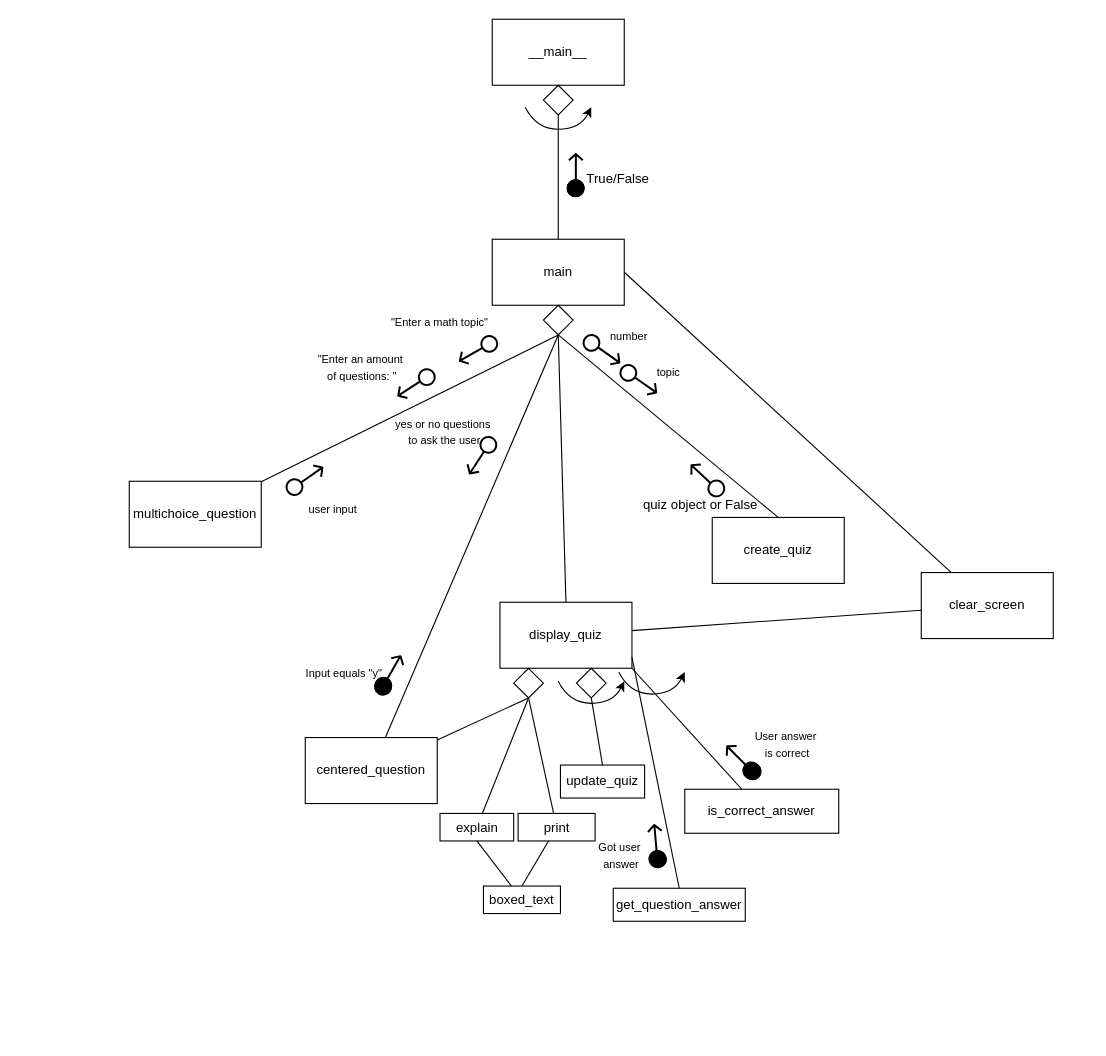
This is 11SE_Task_1_Structure_Chart.drawio from TheRatDefence/RatBot3000, a draw.io file, before an edit. Source tidied: cells renumbered, new cells numbered last; positions are measured from the earlier drawing's top-left corner, leaving out a move shared by most shapes. Both pictures are drawn from the tidied source at 110%, with x=0, y=0 at pixel (129, 19).
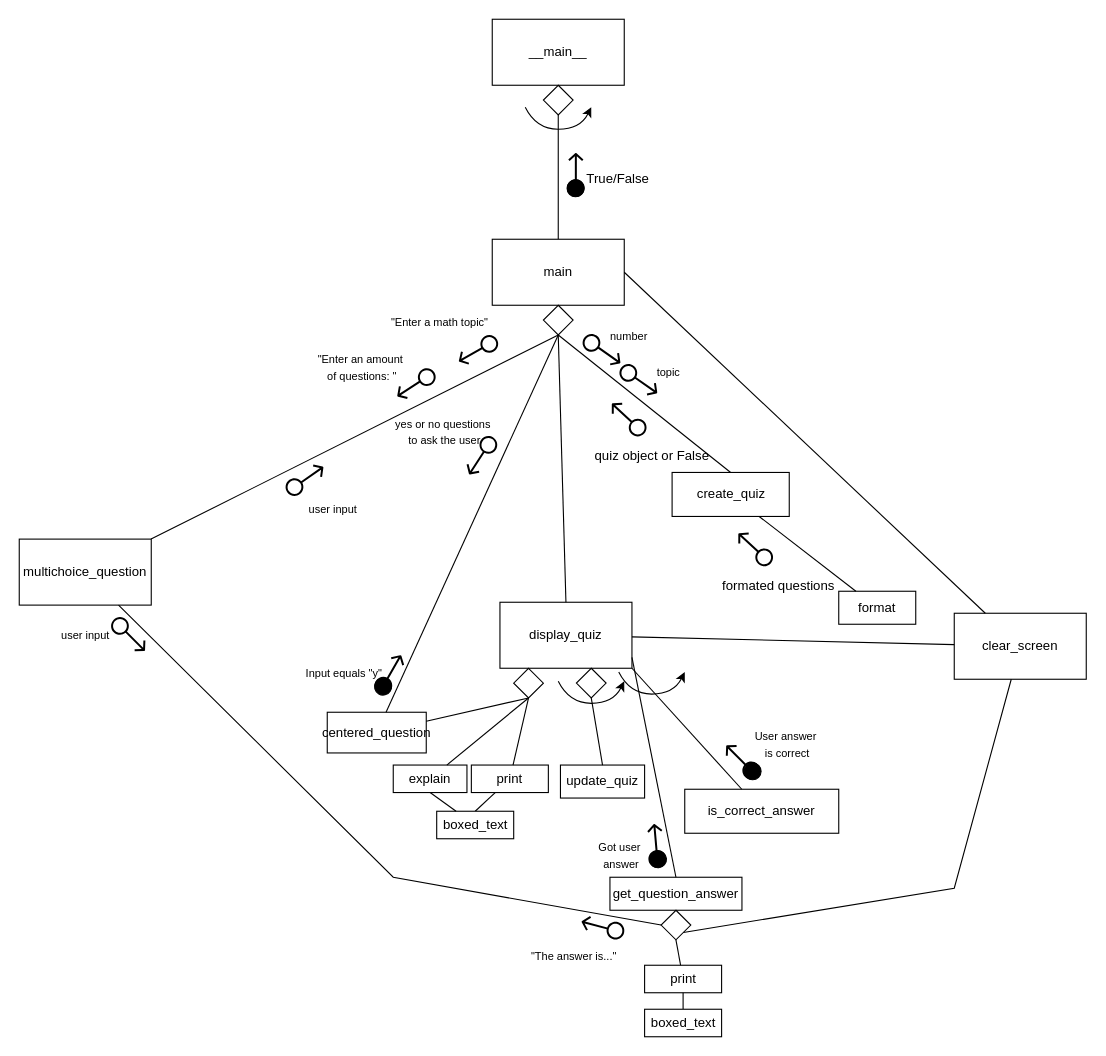
The same diagram, later.

The edit, as a diff of the source:
```diff
@@
     <mxCell id="14" value="create_quiz" style="whiteSpace=wrap;html=1;" parent="1" vertex="1">
-      <mxGeometry x="530" y="452.9" width="120" height="60" as="geometry" />
+      <mxGeometry x="493.5" y="412" width="106.5" height="40" as="geometry" />
     </mxCell>
@@
     <mxCell id="26" value="get_question_answer" style="whiteSpace=wrap;html=1;" parent="1" vertex="1">
-      <mxGeometry x="440" y="790" width="120" height="30" as="geometry" />
+      <mxGeometry x="437" y="780" width="120" height="30" as="geometry" />
     </mxCell>
@@
     <mxCell id="32" value="print" style="whiteSpace=wrap;html=1;" parent="1" vertex="1">
-      <mxGeometry x="353.5" y="722" width="70" height="25" as="geometry" />
+      <mxGeometry x="311" y="678" width="70" height="25" as="geometry" />
     </mxCell>
@@
     <mxCell id="36" value="explain" style="whiteSpace=wrap;html=1;" parent="1" vertex="1">
-      <mxGeometry x="282.5" y="722" width="67" height="25" as="geometry" />
+      <mxGeometry x="240" y="678" width="67" height="25" as="geometry" />
     </mxCell>
@@
     <mxCell id="39" value="boxed_text" style="whiteSpace=wrap;html=1;" parent="1" vertex="1">
-      <mxGeometry x="322" y="788" width="70" height="25" as="geometry" />
+      <mxGeometry x="279.5" y="720" width="70" height="25" as="geometry" />
     </mxCell>
@@
     <mxCell id="44" style="fontColor=#232F3E;gradientColor=none;strokeColor=none;dashed=0;verticalLabelPosition=bottom;verticalAlign=top;align=center;html=1;fontSize=12;fontStyle=0;shape=mxgraph.aws4.elastic_ip_address;fillColor=#000000;rotation=-137;" parent="1" vertex="1">
-      <mxGeometry x="505" y="410" width="40" height="16.9" as="geometry" />
+      <mxGeometry x="433.5" y="354.6" width="40" height="16.9" as="geometry" />
     </mxCell>
     <mxCell id="45" value="quiz object or False" style="text;html=1;align=center;verticalAlign=middle;strokeColor=none;fillColor=none;" parent="1" vertex="1">
-      <mxGeometry x="453.5" y="426.9" width="130" height="30" as="geometry" />
+      <mxGeometry x="410" y="382" width="130" height="30" as="geometry" />
     </mxCell>
@@
     <mxCell id="47" value="centered_question" style="whiteSpace=wrap;html=1;" parent="1" vertex="1">
-      <mxGeometry x="160" y="653" width="120" height="60" as="geometry" />
+      <mxGeometry x="180" y="630" width="90" height="37" as="geometry" />
     </mxCell>
     <mxCell id="48" value="multichoice_question" style="whiteSpace=wrap;html=1;" parent="1" vertex="1">
-      <mxGeometry y="420" width="120" height="60" as="geometry" />
+      <mxGeometry x="-100" y="472.6" width="120" height="60" as="geometry" />
     </mxCell>
     <mxCell id="49" value="clear_screen" style="whiteSpace=wrap;html=1;" parent="1" vertex="1">
-      <mxGeometry x="720" y="503" width="120" height="60" as="geometry" />
+      <mxGeometry x="750" y="540" width="120" height="60" as="geometry" />
     </mxCell>
@@
+    <mxCell id="68" value="format" style="whiteSpace=wrap;html=1;" parent="1" vertex="1">
+      <mxGeometry x="645" y="520" width="70" height="30" as="geometry" />
+    </mxCell>
+    <mxCell id="69" style="endArrow=none;html=1;rounded=0;" parent="1" edge="1" source="68" target="14">
+      <mxGeometry relative="1" as="geometry" />
+    </mxCell>
+    <mxCell id="70" style="fontColor=#232F3E;gradientColor=none;strokeColor=none;dashed=0;verticalLabelPosition=bottom;verticalAlign=top;align=center;html=1;fontSize=12;fontStyle=0;shape=mxgraph.aws4.elastic_ip_address;fillColor=#000000;rotation=-137;" parent="1" vertex="1">
+      <mxGeometry x="548.5" y="472.6" width="40" height="16.9" as="geometry" />
+    </mxCell>
+    <mxCell id="71" value="formated questions" style="text;html=1;align=center;verticalAlign=middle;strokeColor=none;fillColor=none;" parent="1" vertex="1">
+      <mxGeometry x="525" y="500" width="130" height="30" as="geometry" />
+    </mxCell>
+    <mxCell id="72" value="print" style="whiteSpace=wrap;html=1;" parent="1" vertex="1">
+      <mxGeometry x="468.5" y="860" width="70" height="25" as="geometry" />
+    </mxCell>
+    <mxCell id="73" style="endArrow=none;html=1;rounded=0;exitX=0.5;exitY=1;exitDx=0;exitDy=0;" parent="1" edge="1" source="74" target="72">
+      <mxGeometry relative="1" as="geometry" />
+    </mxCell>
+    <mxCell id="74" style="rhombus;whiteSpace=wrap;html=1;fillColor=none;" parent="1" vertex="1">
+      <mxGeometry x="483.5" y="810" width="27" height="26.9" as="geometry" />
+    </mxCell>
+    <mxCell id="75" style="endArrow=none;html=1;rounded=0;entryX=0.5;entryY=0;entryDx=0;entryDy=0;" parent="1" edge="1" source="72" target="76">
+      <mxGeometry relative="1" as="geometry" />
+    </mxCell>
+    <mxCell id="76" value="boxed_text" style="whiteSpace=wrap;html=1;" parent="1" vertex="1">
+      <mxGeometry x="468.5" y="900" width="70" height="25" as="geometry" />
+    </mxCell>
+    <mxCell id="77" style="endArrow=none;html=1;rounded=0;entryX=0;entryY=0.5;entryDx=0;entryDy=0;" parent="1" edge="1" source="48" target="74">
+      <mxGeometry relative="1" as="geometry">
+        <Array as="points">
+          <mxPoint x="240" y="780" />
+        </Array>
+      </mxGeometry>
+    </mxCell>
+    <mxCell id="78" style="endArrow=none;html=1;rounded=0;exitX=1;exitY=1;exitDx=0;exitDy=0;" parent="1" edge="1" source="74" target="49">
+      <mxGeometry relative="1" as="geometry">
+        <Array as="points">
+          <mxPoint x="750" y="790" />
+        </Array>
+      </mxGeometry>
+    </mxCell>
+    <mxCell id="79" style="fontColor=#232F3E;gradientColor=none;strokeColor=none;dashed=0;verticalLabelPosition=bottom;verticalAlign=top;align=center;html=1;fontSize=12;fontStyle=0;shape=mxgraph.aws4.elastic_ip_address;fillColor=#000000;rotation=45;" parent="1" vertex="1">
+      <mxGeometry x="-20" y="551.5" width="40" height="16.9" as="geometry" />
+    </mxCell>
+    <mxCell id="80" value="&lt;font size=&quot;1&quot;&gt;user input&lt;/font&gt;" style="text;html=1;align=center;verticalAlign=middle;strokeColor=none;fillColor=none;" parent="1" vertex="1">
+      <mxGeometry x="-75" y="545" width="70" height="30" as="geometry" />
+    </mxCell>
+    <mxCell id="81" style="group;rotation=-165;" parent="1" vertex="1">
+      <mxGeometry x="493.5" y="837" width="40" height="23" as="geometry" />
+    </mxCell>
+    <mxCell id="82" style="fontColor=#232F3E;gradientColor=none;strokeColor=none;dashed=0;verticalLabelPosition=bottom;verticalAlign=top;align=center;html=1;fontSize=12;fontStyle=0;shape=mxgraph.aws4.elastic_ip_address;fillColor=#000000;rotation=-165;" parent="81" vertex="1">
+      <mxGeometry x="-83" y="-20" width="40" height="16.9" as="geometry" />
+    </mxCell>
+    <mxCell id="83" value="&lt;font size=&quot;1&quot;&gt;&quot;The answer is...&quot;&lt;/font&gt;" style="text;html=1;align=center;verticalAlign=middle;strokeColor=none;fillColor=none;" parent="1" vertex="1">
+      <mxGeometry x="353.5" y="836.9" width="100" height="30" as="geometry" />
+    </mxCell>
```
